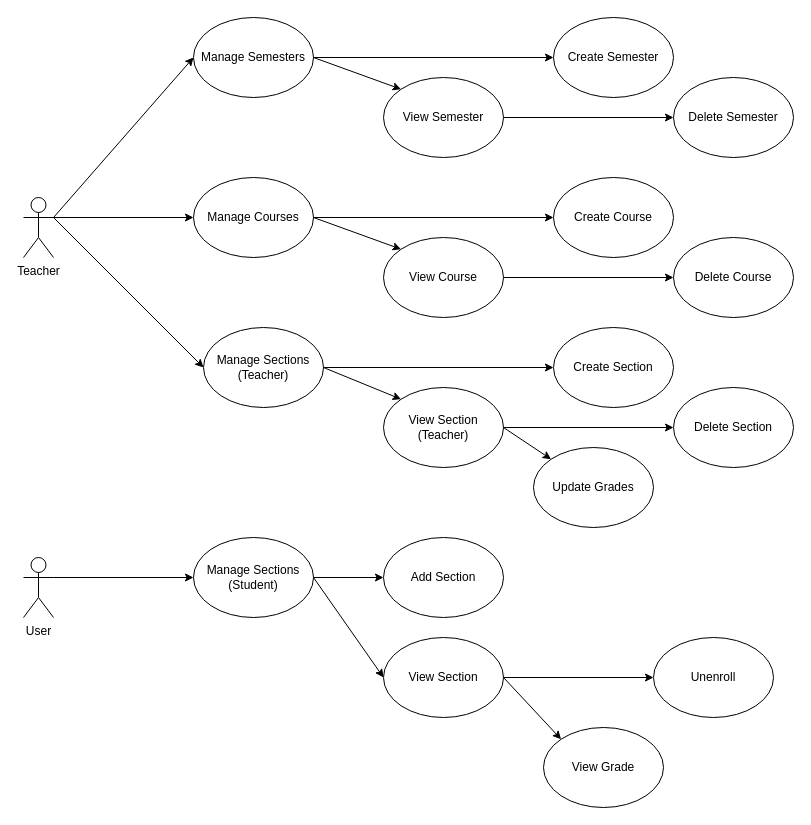
Before: documentation/usecase.drawio in xerioc2/Axis, a draw.io diagram. Source tidied: cells renumbered, new cells numbered last; positions are measured from the earlier drawing's top-left corner, leaving out a move shared by most shapes. Both pictures are drawn from the tidied source at 100%, with x=0, y=0 at pixel (23, 17).
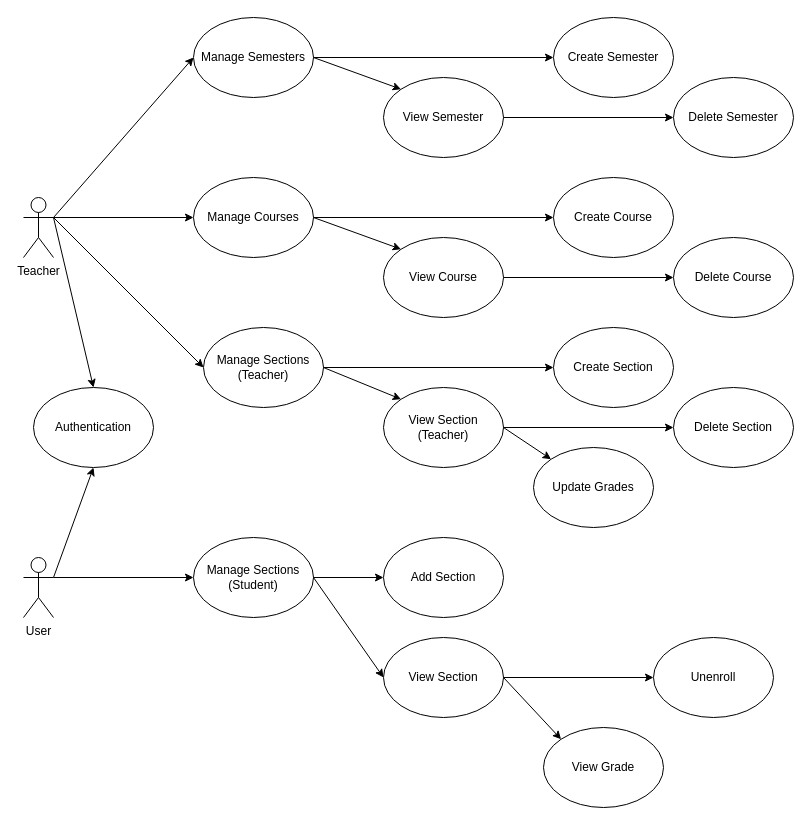
Above is the later version.

Commit message (it also covers changes not shown here):
reuploaded fixed scenarios and use case diagram

The change refers to these unchanged cells:
```xml
<mxCell id="2" value="Teacher" style="shape=umlActor;verticalLabelPosition=bottom;verticalAlign=top;html=1;outlineConnect=0;" parent="1" vertex="1">
  <mxGeometry y="180" width="30" height="60" as="geometry" />
</mxCell>
<mxCell id="3" value="User" style="shape=umlActor;verticalLabelPosition=bottom;verticalAlign=top;html=1;outlineConnect=0;" parent="1" vertex="1">
  <mxGeometry y="540" width="30" height="60" as="geometry" />
</mxCell>
```

The edit, as a diff of the source:
```diff
@@
+    <mxCell id="40" value="Authentication" style="ellipse;whiteSpace=wrap;html=1;" parent="1" vertex="1">
+      <mxGeometry x="10" y="370" width="120" height="80" as="geometry" />
+    </mxCell>
+    <mxCell id="41" style="endArrow=classic;html=1;rounded=0;exitX=1;exitY=0.3333333333333333;exitDx=0;exitDy=0;exitPerimeter=0;entryX=0.5;entryY=1;entryDx=0;entryDy=0;" parent="1" edge="1" source="3" target="40">
+      <mxGeometry relative="1" as="geometry" />
+    </mxCell>
+    <mxCell id="42" style="endArrow=classic;html=1;rounded=0;exitX=1;exitY=0.3333333333333333;exitDx=0;exitDy=0;exitPerimeter=0;entryX=0.5;entryY=0;entryDx=0;entryDy=0;" parent="1" edge="1" source="2" target="40">
+      <mxGeometry relative="1" as="geometry" />
+    </mxCell>
```
